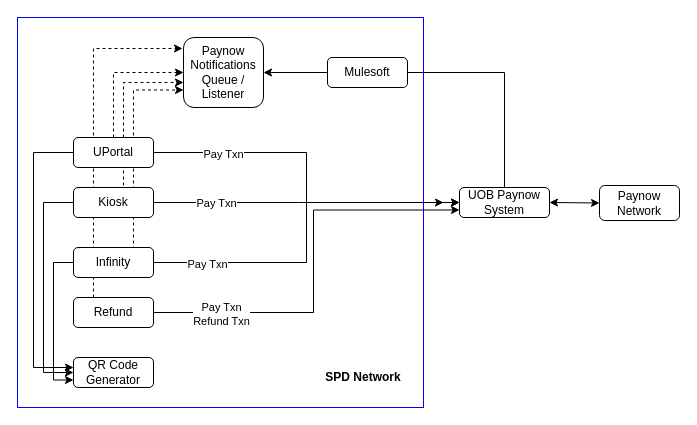
Above: Paynow_HL_Diagram.drawio in andanamulya/Halo-Dunia (draw.io), before the change. Source tidied: cells renumbered, new cells numbered last; positions are measured from the earlier drawing's top-left corner, leaving out a move shared by most shapes. Both pictures are drawn from the tidied source at 100%, with x=0, y=0 at pixel (17, 17).
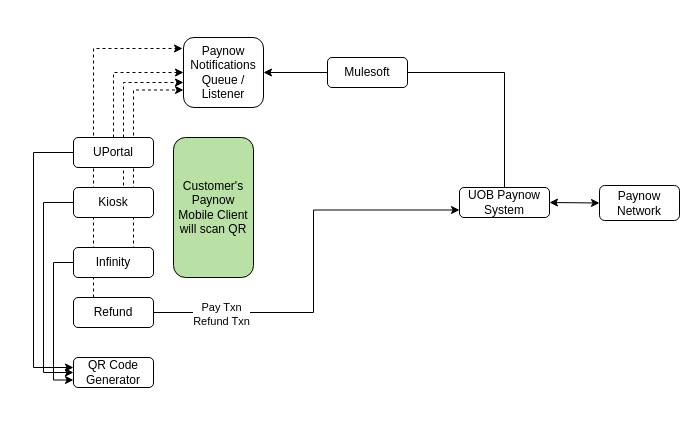
The same diagram, later.

Commit message:
Update with Paynow Mobile Client

The change refers to these unchanged cells:
```xml
<mxCell id="10" value="UPortal" style="rounded=1;whiteSpace=wrap;html=1;" parent="1" vertex="1">
  <mxGeometry x="56" y="120" width="80" height="30" as="geometry" />
</mxCell>
<mxCell id="12" value="UOB Paynow System" style="rounded=1;whiteSpace=wrap;html=1;" parent="1" vertex="1">
  <mxGeometry x="442" y="170" width="90" height="30" as="geometry" />
</mxCell>
<mxCell id="17" value="Kiosk" style="rounded=1;whiteSpace=wrap;html=1;" parent="1" vertex="1">
  <mxGeometry x="56" y="170" width="80" height="30" as="geometry" />
</mxCell>
<mxCell id="26" value="Infinity" style="rounded=1;whiteSpace=wrap;html=1;" parent="1" vertex="1">
  <mxGeometry x="56" y="230" width="80" height="30" as="geometry" />
</mxCell>
```

Change to the diagram source:
```diff
@@
-    <mxCell id="5" style="rounded=0;whiteSpace=wrap;html=1;fillColor=none;strokeColor=#0000FF;" parent="1" vertex="1">
-      <mxGeometry width="406" height="390" as="geometry" />
-    </mxCell>
-    <mxCell id="6" style="edgeStyle=orthogonalEdgeStyle;rounded=0;jettySize=auto;html=1;exitX=0;exitY=0.5;exitDx=0;exitDy=0;" parent="1" edge="1" source="10">
-      <mxGeometry relative="1" as="geometry">
-        <mxPoint x="56" y="350" as="targetPoint" />
-        <Array as="points">
-          <mxPoint x="16" y="135" />
-          <mxPoint x="16" y="350" />
-        </Array>
-      </mxGeometry>
-    </mxCell>
-    <mxCell id="7" style="edgeStyle=orthogonalEdgeStyle;rounded=0;jettySize=auto;html=1;exitX=1;exitY=0.5;exitDx=0;exitDy=0;entryX=0;entryY=0.5;entryDx=0;entryDy=0;" parent="1" edge="1" source="10" target="12">
-      <mxGeometry relative="1" as="geometry" />
-    </mxCell>
-    <mxCell id="8" value="Pay Txn" style="edgeLabel;html=1;align=center;verticalAlign=middle;" parent="7" vertex="1">
-      <mxGeometry x="-0.61" y="-1" relative="1" as="geometry" />
-    </mxCell>
+    <mxCell id="30" style="edgeStyle=orthogonalEdgeStyle;rounded=0;jettySize=auto;html=1;exitX=0;exitY=0.5;exitDx=0;exitDy=0;" parent="1" edge="1" source="10">
+      <mxGeometry relative="1" as="geometry">
+        <mxPoint x="56" y="350" as="targetPoint" />
+        <Array as="points">
+          <mxPoint x="16" y="135" />
+          <mxPoint x="16" y="350" />
+        </Array>
+      </mxGeometry>
+    </mxCell>
@@
-    <mxCell id="15" style="edgeStyle=orthogonalEdgeStyle;rounded=0;jettySize=auto;html=1;exitX=1;exitY=0.5;exitDx=0;exitDy=0;" parent="1" edge="1" source="17">
-      <mxGeometry relative="1" as="geometry">
-        <mxPoint x="426" y="185" as="targetPoint" />
-      </mxGeometry>
-    </mxCell>
-    <mxCell id="16" value="Pay Txn" style="edgeLabel;html=1;align=center;verticalAlign=middle;" parent="15" vertex="1">
-      <mxGeometry x="-0.57" relative="1" as="geometry" />
-    </mxCell>
@@
-    <mxCell id="24" style="edgeStyle=orthogonalEdgeStyle;rounded=0;jettySize=auto;html=1;exitX=1;exitY=0.5;exitDx=0;exitDy=0;entryX=0;entryY=0.5;entryDx=0;entryDy=0;" parent="1" edge="1" source="26" target="12">
-      <mxGeometry relative="1" as="geometry" />
-    </mxCell>
-    <mxCell id="25" value="Pay Txn" style="edgeLabel;html=1;align=center;verticalAlign=middle;" parent="24" vertex="1">
-      <mxGeometry x="-0.71" y="-1" relative="1" as="geometry" />
-    </mxCell>
@@
-    <mxCell id="29" value="&lt;b&gt;SPD Network&lt;/b&gt;" style="text;html=1;strokeColor=none;fillColor=none;align=center;verticalAlign=middle;whiteSpace=wrap;rounded=0;" parent="1" vertex="1">
-      <mxGeometry x="306" y="350" width="80" height="20" as="geometry" />
-    </mxCell>
+    <mxCell id="31" value="Customer's Paynow Mobile Client will scan QR" style="rounded=1;whiteSpace=wrap;html=1;fillColor=#B9E0A5;" parent="1" vertex="1">
+      <mxGeometry x="156" y="120" width="80" height="140" as="geometry" />
+    </mxCell>
```
